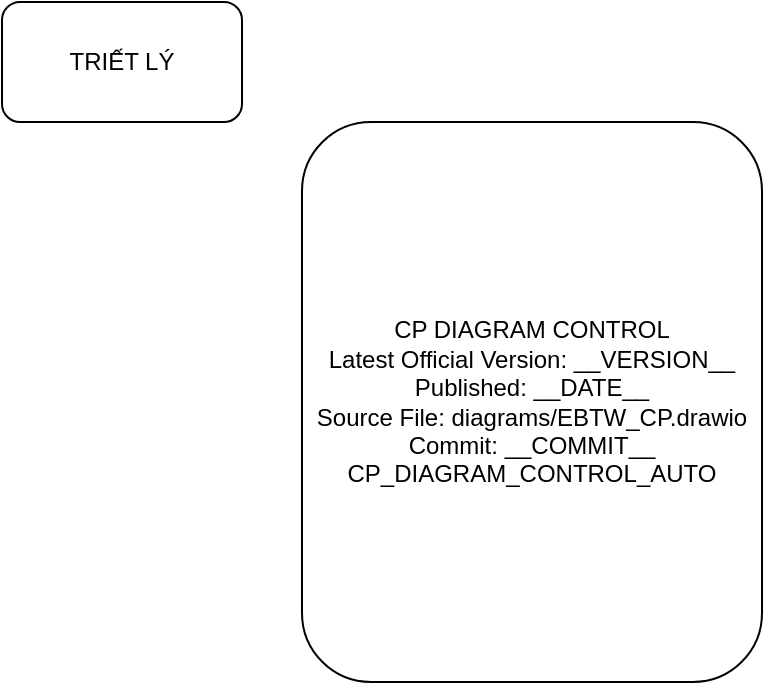
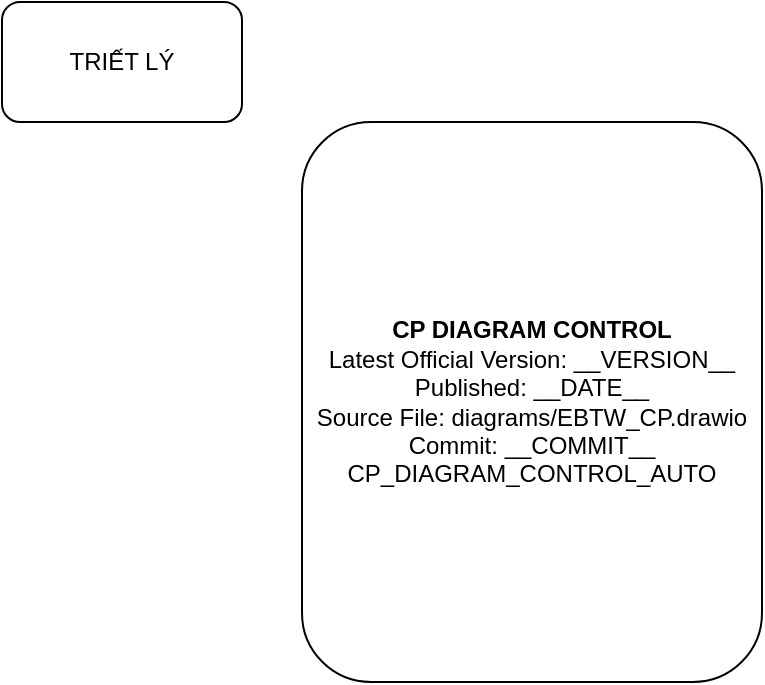
<mxfile host="app.diagrams.net">
  <diagram name="Trang-1" id="gTWqTAZWpe6w8VMmXgS7">
    <mxGraphModel dx="1414" dy="751" grid="1" gridSize="10" guides="1" tooltips="1" connect="1" arrows="1" fold="1" page="1" pageScale="1" pageWidth="4681" pageHeight="3300" math="0" shadow="0">
      <root>
        <mxCell id="0" />
        <mxCell id="1" parent="0" />
        <mxCell id="WSasz7ZzoXwr0EW6ub1j-1" parent="1" style="rounded=1;whiteSpace=wrap;html=1;" value="TRIẾT LÝ" vertex="1">
          <mxGeometry height="60" width="120" x="510" y="200" as="geometry" />
        </mxCell>
-         <mxCell id="xuVE40aZp2BdjfJBI_KB-1" parent="1" style="rounded=1;whiteSpace=wrap;html=1;" value="&lt;div&gt;CP DIAGRAM CONTROL&lt;/div&gt;&lt;div&gt;Latest Official Version: __VERSION__&lt;/div&gt;&lt;div&gt;Published: __DATE__&lt;/div&gt;&lt;div&gt;Source File: diagrams/EBTW_CP.drawio&lt;/div&gt;&lt;div&gt;Commit: __COMMIT__&lt;/div&gt;&lt;div&gt;CP_DIAGRAM_CONTROL_AUTO&lt;/div&gt;" vertex="1">
+         <mxCell id="xuVE40aZp2BdjfJBI_KB-1" parent="1" style="rounded=1;whiteSpace=wrap;html=1;" value="&lt;div&gt;&lt;b&gt;CP DIAGRAM CONTROL&lt;/b&gt;&lt;/div&gt;&lt;div&gt;Latest Official Version: __VERSION__&lt;/div&gt;&lt;div&gt;Published: __DATE__&lt;/div&gt;&lt;div&gt;Source File: diagrams/EBTW_CP.drawio&lt;/div&gt;&lt;div&gt;Commit: __COMMIT__&lt;/div&gt;&lt;div&gt;CP_DIAGRAM_CONTROL_AUTO&lt;/div&gt;" vertex="1">
          <mxGeometry height="280" width="230" x="660" y="260" as="geometry" />
        </mxCell>
      </root>
    </mxGraphModel>
  </diagram>
</mxfile>
